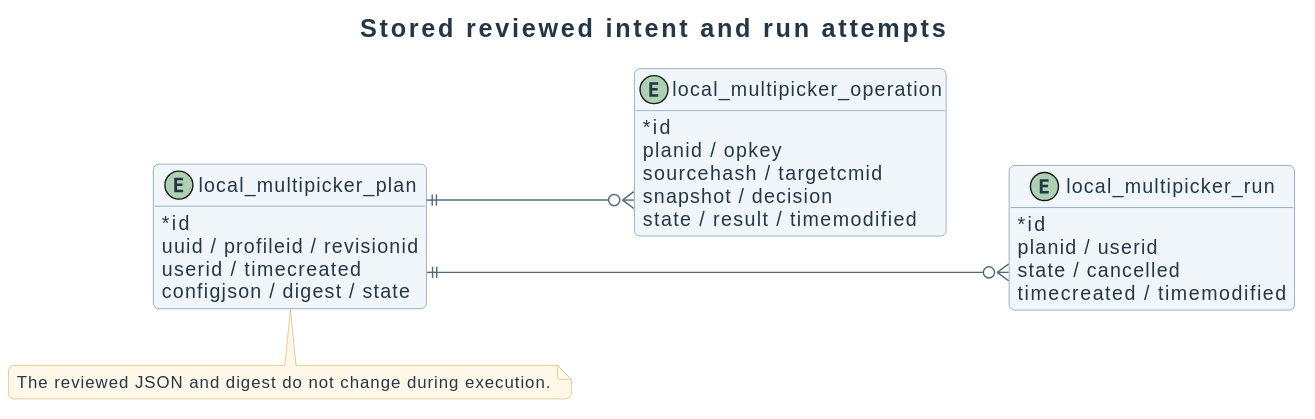
didactika/moodle-local_coursefiles keeps this PlantUML diagram as docs/diagrams/design/migration-data-model.svg. Above is the earlier version.
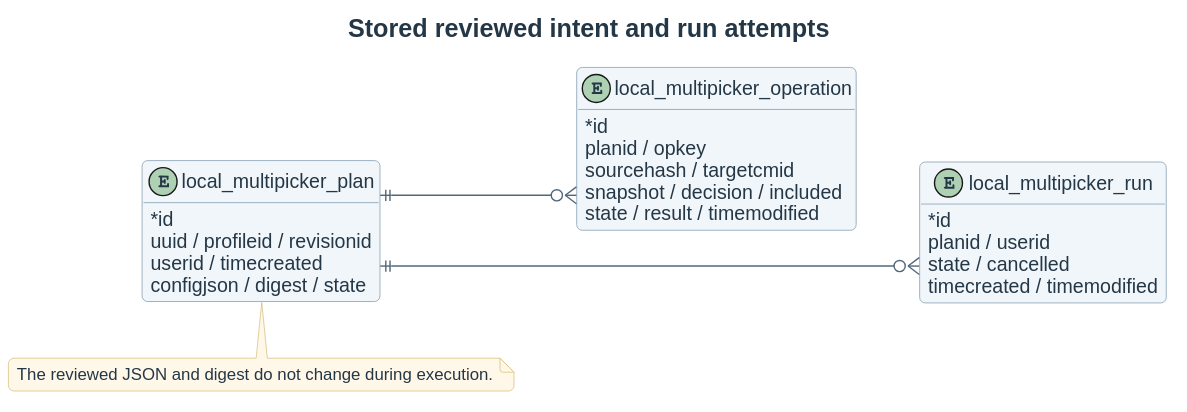
The same diagram one commit later.

The edit, as a diff of the source:
```diff
@@ -14,7 +14,7 @@
   * id
   planid / opkey
   sourcehash / targetcmid
-  snapshot / decision
+  snapshot / decision / included
   state / result / timemodified
 }
 
```
